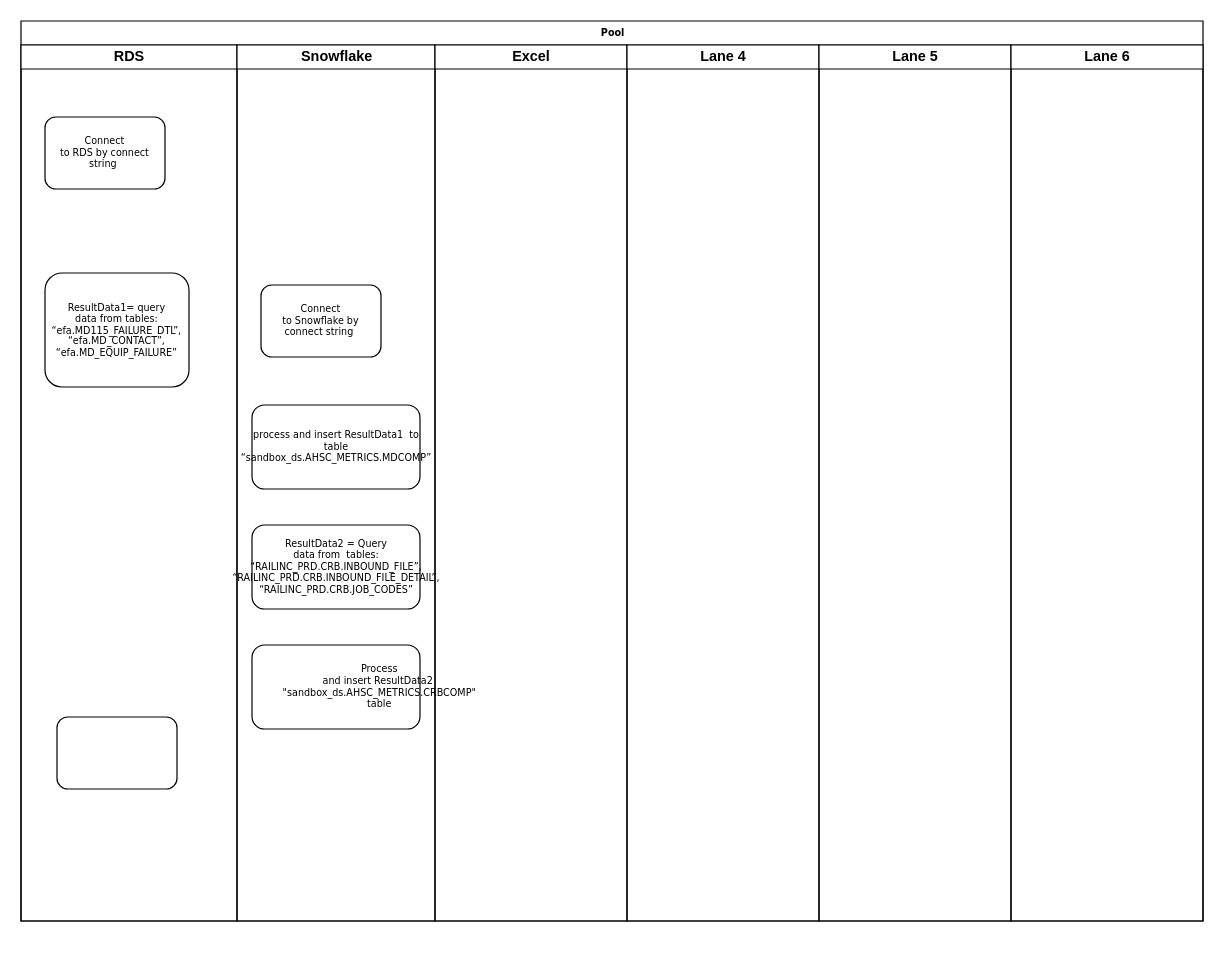
dieunguyen2003/deploycode keeps this draw.io diagram as migrate2.drawio. Above is the earlier version. Source tidied: cells renumbered, new cells numbered last; positions are measured from the earlier drawing's top-left corner, leaving out a move shared by most shapes. Both pictures are drawn from the tidied source at 120%, with x=0, y=0 at pixel (20, 20).
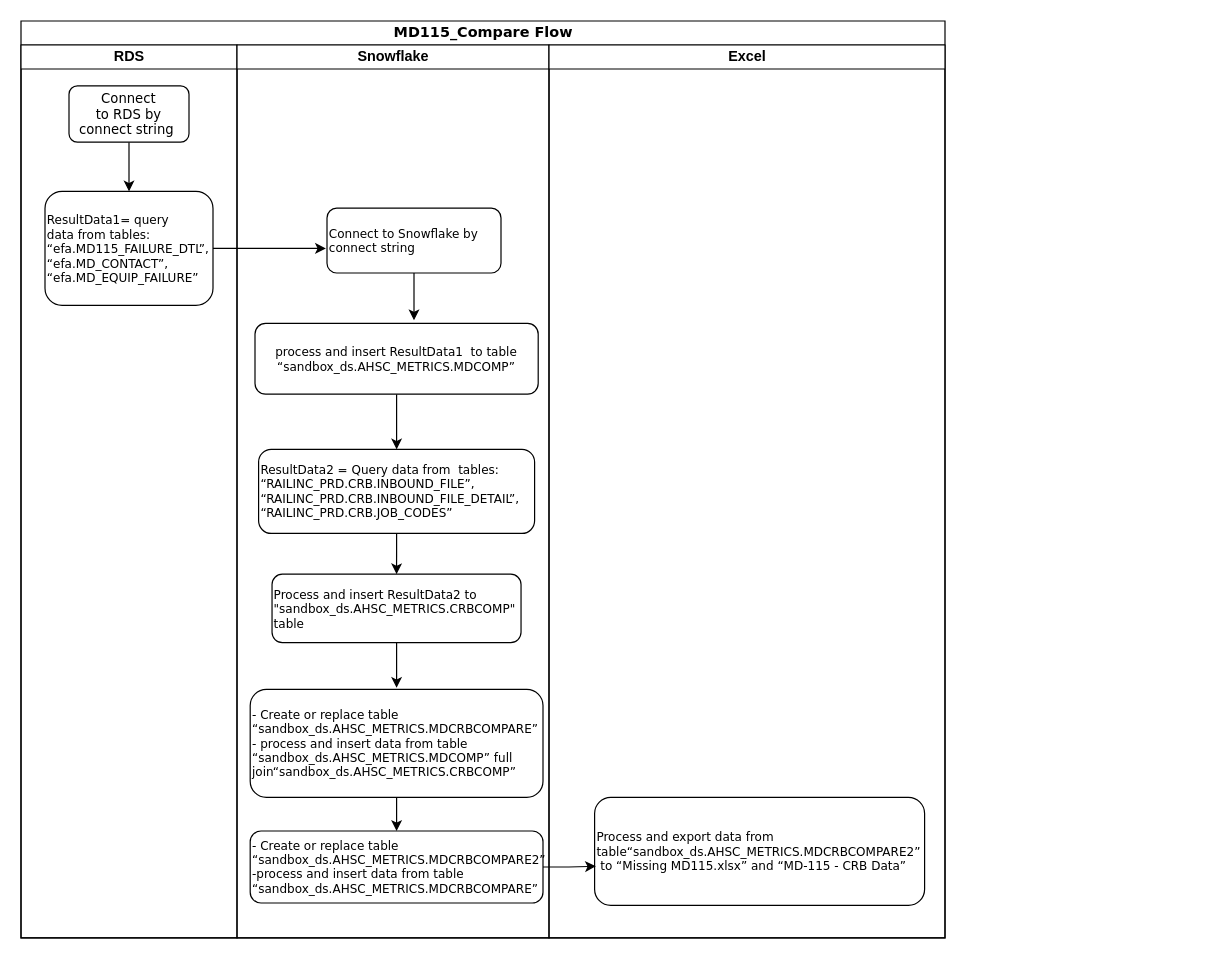
After the change.

Diff of the diagram source:
```diff
@@
-    <mxCell id="2" value="Pool" style="swimlane;html=1;startSize=20;rounded=0;shadow=0;labelBackgroundColor=none;strokeWidth=1;fontFamily=Verdana;fontSize=8;align=center;" parent="1" vertex="1">
-      <mxGeometry width="985" height="750" as="geometry" />
+    <mxCell id="2" value="&lt;font style=&quot;font-size: 12px;&quot;&gt;MD115_Compare Flow&lt;/font&gt;" style="swimlane;html=1;startSize=20;rounded=0;shadow=0;labelBackgroundColor=none;strokeWidth=1;fontFamily=Verdana;fontSize=8;align=center;" parent="1" vertex="1">
+      <mxGeometry width="770" height="764" as="geometry" />
     </mxCell>
     <mxCell id="3" value="RDS" style="swimlane;html=1;startSize=20;" parent="2" vertex="1">
-      <mxGeometry y="20" width="180" height="730" as="geometry" />
+      <mxGeometry y="20" width="180" height="744" as="geometry" />
     </mxCell>
+    <mxCell id="16" style="edgeStyle=orthogonalEdgeStyle;rounded=0;jettySize=auto;html=1;" parent="3" edge="1" source="4">
+      <mxGeometry relative="1" as="geometry">
+        <mxPoint x="90" y="122" as="targetPoint" />
+      </mxGeometry>
+    </mxCell>
-    <mxCell id="4" value="Connect&lt;br/&gt;to RDS by connect string&amp;nbsp;" style="rounded=1;whiteSpace=wrap;html=1;shadow=0;labelBackgroundColor=none;strokeWidth=1;fontFamily=Verdana;fontSize=8;align=center;" parent="3" vertex="1">
-      <mxGeometry x="20" y="60" width="100" height="60" as="geometry" />
+    <mxCell id="4" value="&lt;font style=&quot;font-size: 11px;&quot;&gt;Connect&lt;br&gt;to RDS by connect string&amp;nbsp;&lt;/font&gt;" style="rounded=1;whiteSpace=wrap;html=1;shadow=0;labelBackgroundColor=none;strokeWidth=1;fontFamily=Verdana;fontSize=8;align=center;" parent="3" vertex="1">
+      <mxGeometry x="40" y="34" width="100" height="47" as="geometry" />
     </mxCell>
+    <mxCell id="17" style="edgeStyle=orthogonalEdgeStyle;rounded=0;jettySize=auto;html=1;" parent="3" edge="1" source="5">
+      <mxGeometry relative="1" as="geometry">
+        <mxPoint x="254.1" y="169.5" as="targetPoint" />
+      </mxGeometry>
+    </mxCell>
-    <mxCell id="5" value="ResultData1= query&lt;br&gt;data from tables: “efa.MD115_FAILURE_DTL”, “efa.MD_CONTACT”, “efa.MD_EQUIP_FAILURE”" style="rounded=1;whiteSpace=wrap;html=1;shadow=0;labelBackgroundColor=none;strokeWidth=1;fontFamily=Verdana;fontSize=8;align=center;" parent="3" vertex="1">
-      <mxGeometry x="20" y="190" width="120" height="95" as="geometry" />
+    <mxCell id="5" value="&lt;font style=&quot;font-size: 10px;&quot;&gt;ResultData1= query&lt;br&gt;data from tables: “efa.MD115_FAILURE_DTL”, “efa.MD_CONTACT”, “efa.MD_EQUIP_FAILURE”&lt;/font&gt;" style="rounded=1;whiteSpace=wrap;html=1;shadow=0;labelBackgroundColor=none;strokeWidth=1;fontFamily=Verdana;fontSize=8;align=left;" parent="3" vertex="1">
+      <mxGeometry x="20" y="122" width="140" height="95" as="geometry" />
     </mxCell>
+    <mxCell id="7" value="Snowflake" style="swimlane;html=1;startSize=20;" parent="2" vertex="1">
+      <mxGeometry x="180" y="20" width="260" height="744" as="geometry" />
+    </mxCell>
+    <mxCell id="18" style="edgeStyle=orthogonalEdgeStyle;rounded=0;jettySize=auto;html=1;" parent="7" edge="1" source="8">
+      <mxGeometry relative="1" as="geometry">
+        <mxPoint x="147.5" y="229.4" as="targetPoint" />
+      </mxGeometry>
+    </mxCell>
+    <mxCell id="8" value="&lt;font style=&quot;font-size: 10px;&quot;&gt;Connect to Snowflake by connect string&amp;nbsp;&lt;/font&gt;" style="rounded=1;whiteSpace=wrap;html=1;shadow=0;labelBackgroundColor=none;strokeWidth=1;fontFamily=Verdana;fontSize=8;align=left;" parent="7" vertex="1">
+      <mxGeometry x="75" y="136" width="145" height="54" as="geometry" />
+    </mxCell>
+    <mxCell id="19" style="edgeStyle=orthogonalEdgeStyle;rounded=0;jettySize=auto;html=1;entryX=0.5;entryY=0;entryDx=0;entryDy=0;" parent="7" edge="1" source="9" target="10">
+      <mxGeometry relative="1" as="geometry" />
+    </mxCell>
+    <mxCell id="9" value="&lt;font style=&quot;font-size: 10px;&quot;&gt;process and insert ResultData1&amp;nbsp;&amp;nbsp;to table “sandbox_ds.AHSC_METRICS.MDCOMP”&lt;/font&gt;" style="rounded=1;whiteSpace=wrap;html=1;shadow=0;labelBackgroundColor=none;strokeWidth=1;fontFamily=Verdana;fontSize=8;align=center;" parent="7" vertex="1">
+      <mxGeometry x="15" y="232" width="236" height="59" as="geometry" />
+    </mxCell>
+    <mxCell id="20" style="edgeStyle=orthogonalEdgeStyle;rounded=0;jettySize=auto;html=1;entryX=0.5;entryY=0;entryDx=0;entryDy=0;" parent="7" edge="1" source="10" target="6">
+      <mxGeometry relative="1" as="geometry" />
+    </mxCell>
+    <mxCell id="10" value="&lt;font style=&quot;font-size: 10px;&quot;&gt;ResultData2 = Query data from&amp;nbsp; tables: “RAILINC_PRD.CRB.INBOUND_FILE”, “RAILINC_PRD.CRB.INBOUND_FILE_DETAIL”,&lt;br&gt;“RAILINC_PRD.CRB.JOB_CODES”&lt;/font&gt;" style="rounded=1;whiteSpace=wrap;html=1;shadow=0;labelBackgroundColor=none;strokeWidth=1;fontFamily=Verdana;fontSize=8;align=left;" parent="7" vertex="1">
+      <mxGeometry x="18" y="337" width="230" height="70" as="geometry" />
+    </mxCell>
+    <mxCell id="21" style="edgeStyle=orthogonalEdgeStyle;rounded=0;jettySize=auto;html=1;" parent="7" edge="1" source="6">
+      <mxGeometry relative="1" as="geometry">
+        <mxPoint x="133" y="535.7" as="targetPoint" />
+      </mxGeometry>
+    </mxCell>
-    <mxCell id="6" style="rounded=1;whiteSpace=wrap;html=1;shadow=0;labelBackgroundColor=none;strokeWidth=1;fontFamily=Verdana;fontSize=8;align=center;" parent="3" vertex="1">
-      <mxGeometry x="30" y="560" width="100" height="60" as="geometry" />
+    <mxCell id="6" value="&lt;font style=&quot;font-size: 10px;&quot;&gt;Process&amp;nbsp;&lt;span style=&quot;&quot;&gt;and insert ResultData2 to &quot;sandbox_ds.AHSC_METRICS.CRBCOMP&quot; table&lt;/span&gt;&lt;/font&gt;" style="rounded=1;whiteSpace=wrap;html=1;shadow=0;labelBackgroundColor=none;strokeWidth=1;fontFamily=Verdana;fontSize=8;align=left;" parent="7" vertex="1">
+      <mxGeometry x="29.2" y="441" width="207.5" height="57" as="geometry" />
     </mxCell>
-    <mxCell id="7" value="Snowflake" style="swimlane;html=1;startSize=20;" parent="2" vertex="1">
-      <mxGeometry x="180" y="20" width="165" height="730" as="geometry" />
-    </mxCell>
-    <mxCell id="8" value="Connect&lt;br style=&quot;border-color: var(--border-color);&quot;&gt;to Snowflake by connect string&amp;nbsp;" style="rounded=1;whiteSpace=wrap;html=1;shadow=0;labelBackgroundColor=none;strokeWidth=1;fontFamily=Verdana;fontSize=8;align=center;" parent="7" vertex="1">
-      <mxGeometry x="20" y="200" width="100" height="60" as="geometry" />
-    </mxCell>
-    <mxCell id="9" value="process and insert ResultData1&amp;nbsp;&amp;nbsp;to table “sandbox_ds.AHSC_METRICS.MDCOMP”" style="rounded=1;whiteSpace=wrap;html=1;shadow=0;labelBackgroundColor=none;strokeWidth=1;fontFamily=Verdana;fontSize=8;align=center;" parent="7" vertex="1">
-      <mxGeometry x="12.5" y="300" width="140" height="70" as="geometry" />
-    </mxCell>
-    <mxCell id="10" value="ResultData2 = Query&lt;br&gt;data from&amp;nbsp; tables: “RAILINC_PRD.CRB.INBOUND_FILE”, “RAILINC_PRD.CRB.INBOUND_FILE_DETAIL”,&lt;br&gt;“RAILINC_PRD.CRB.JOB_CODES”" style="rounded=1;whiteSpace=wrap;html=1;shadow=0;labelBackgroundColor=none;strokeWidth=1;fontFamily=Verdana;fontSize=8;align=center;" parent="7" vertex="1">
-      <mxGeometry x="12.5" y="400" width="140" height="70" as="geometry" />
-    </mxCell>
-    <mxCell id="11" value="&lt;p style=&quot;margin-left:.75in;mso-add-space:auto&quot; class=&quot;MsoListParagraph&quot;&gt;Process&lt;br/&gt;and insert ResultData2&amp;nbsp; &quot;sandbox_ds.AHSC_METRICS.CRBCOMP&quot; table&lt;/p&gt;" style="rounded=1;whiteSpace=wrap;html=1;shadow=0;labelBackgroundColor=none;strokeWidth=1;fontFamily=Verdana;fontSize=8;align=center;" parent="7" vertex="1">
-      <mxGeometry x="12.5" y="500" width="140" height="70" as="geometry" />
-    </mxCell>
+    <mxCell id="22" style="edgeStyle=orthogonalEdgeStyle;rounded=0;jettySize=auto;html=1;entryX=0.5;entryY=0;entryDx=0;entryDy=0;" parent="7" edge="1" source="23" target="24">
+      <mxGeometry relative="1" as="geometry" />
+    </mxCell>
+    <mxCell id="23" value="&lt;font style=&quot;font-size: 10px;&quot;&gt;- Create or replace table “sandbox_ds.AHSC_METRICS.MDCRBCOMPARE&lt;span style=&quot;background-color: initial;&quot;&gt;”&amp;nbsp;&lt;br&gt;&lt;/span&gt;&lt;span style=&quot;background-color: initial;&quot;&gt;- process and insert data from table “sandbox_ds.AHSC_METRICS.MDCOMP” full join&lt;/span&gt;&lt;span style=&quot;background-color: initial;&quot;&gt;“sandbox_ds.AHSC_METRICS.CRBCOMP”&lt;/span&gt;&lt;span style=&quot;background-color: initial;&quot;&gt;&lt;br&gt;&lt;/span&gt;&lt;/font&gt;" style="rounded=1;whiteSpace=wrap;html=1;shadow=0;labelBackgroundColor=none;strokeWidth=1;fontFamily=Verdana;fontSize=8;align=left;" parent="7" vertex="1">
+      <mxGeometry x="11" y="537" width="244" height="90" as="geometry" />
+    </mxCell>
+    <mxCell id="24" value="&lt;font style=&quot;font-size: 10px;&quot;&gt;- Create or replace table “sandbox_ds.AHSC_METRICS.MDCRBCOMPARE2”&amp;nbsp; -process and insert data from table “sandbox_ds.AHSC_METRICS.MDCRBCOMPARE”&lt;/font&gt;" style="rounded=1;whiteSpace=wrap;html=1;shadow=0;labelBackgroundColor=none;strokeWidth=1;fontFamily=Verdana;fontSize=8;align=left;" parent="7" vertex="1">
+      <mxGeometry x="11" y="655" width="244" height="60" as="geometry" />
+    </mxCell>
     <mxCell id="12" value="Excel" style="swimlane;html=1;startSize=20;" parent="2" vertex="1">
-      <mxGeometry x="345" y="20" width="160" height="730" as="geometry" />
+      <mxGeometry x="440" y="20" width="330" height="744" as="geometry" />
     </mxCell>
-    <mxCell id="13" value="Lane 4" style="swimlane;html=1;startSize=20;" parent="2" vertex="1">
-      <mxGeometry x="505" y="20" width="160" height="730" as="geometry" />
-    </mxCell>
-    <mxCell id="14" value="Lane 5" style="swimlane;html=1;startSize=20;" parent="2" vertex="1">
-      <mxGeometry x="665" y="20" width="160" height="730" as="geometry" />
-    </mxCell>
-    <mxCell id="15" value="Lane 6" style="swimlane;html=1;startSize=20;" parent="2" vertex="1">
-      <mxGeometry x="825" y="20" width="160" height="730" as="geometry" />
-    </mxCell>
+    <mxCell id="25" value="&lt;font style=&quot;font-size: 10px;&quot;&gt;Process and export data from table“sandbox_ds.AHSC_METRICS.MDCRBCOMPARE2” &amp;nbsp;to “Missing MD115.xlsx” and “MD-115 - CRB Data”&lt;span style=&quot;background-color: initial;&quot;&gt;&lt;br&gt;&lt;/span&gt;&lt;/font&gt;" style="rounded=1;whiteSpace=wrap;html=1;shadow=0;labelBackgroundColor=none;strokeWidth=1;fontFamily=Verdana;fontSize=8;align=left;" parent="12" vertex="1">
+      <mxGeometry x="38" y="627" width="275" height="90" as="geometry" />
+    </mxCell>
+    <mxCell id="26" style="edgeStyle=orthogonalEdgeStyle;rounded=0;jettySize=auto;html=1;entryX=0.004;entryY=0.638;entryDx=0;entryDy=0;entryPerimeter=0;" parent="2" edge="1" source="24" target="25">
+      <mxGeometry relative="1" as="geometry" />
+    </mxCell>
```
